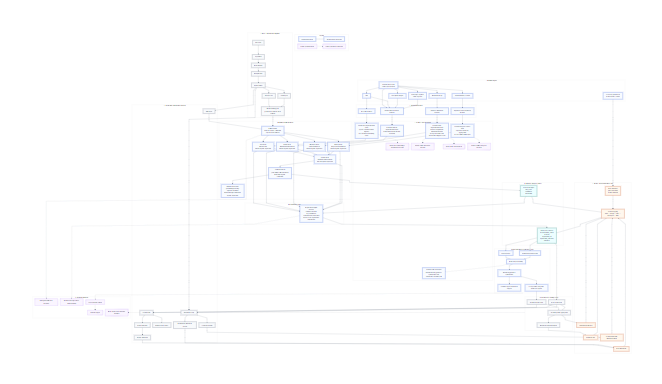
The Mermaid diagram docs/architecture/truthlens-architecture-blueprint.png in pt2710/TruthLens, before a commit. Its source is kept beside it as docs/architecture/truthlens-architecture-blueprint.mmd.
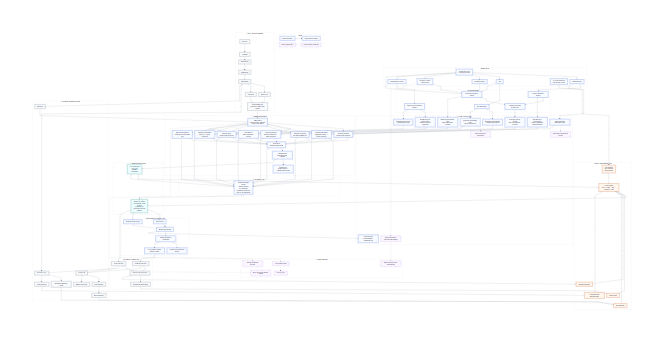
Above is the later version.

Commit message:
docs(architecture): refresh blueprint for current model stack

The edit, as a diff of the source:
```diff
@@ -10,8 +10,8 @@
   "flowchart": {
     "curve": "linear",
     "htmlLabels": true,
-    "nodeSpacing": 28,
-    "rankSpacing": 42
+    "nodeSpacing": 30,
+    "rankSpacing": 44
   }
 }}%%
 flowchart TB
@@ -69,8 +69,9 @@
   vision_features["Vision-v2 thumbnail features"]
   metadata_features["Handcrafted metadata features"]
   history_features["Sequence-summary history features"]
+  packaging_features["Combined packaging feature matrix"]
 end
-class text_features,vision_features,metadata_features,history_features implemented
+class text_features,vision_features,metadata_features,history_features,packaging_features implemented
 
 title --> text_features
 thumb --> vision_features
@@ -79,58 +80,82 @@
 desc --> metadata_features
 caps --> metadata_features
 channel --> history_features
+vision_features --> packaging_features
+metadata_features --> packaging_features
 
 subgraph taxonomy["4. AI / ML Layer Taxonomy"]
-  text_repr["Current text representation layer<br/>sparse CountVectorizer bigrams<br/>not a learned embedding layer"]
-  vision_repr["Current vision representation layer<br/>vision-v2 engineered thumbnail features<br/>no exposed CNN / ViT stack in the shipped scorer"]
-  metadata_repr["Current metadata representation layer<br/>handcrafted tabular feature assembly"]
-  temporal_repr["Current temporal context layer<br/>sequence-summary aggregation<br/>not an LSTM / GRU layer"]
-  llm_assist["Current LLM-assist layer<br/>Gemini draft suggestion / optimization only<br/>outside the classifier path"]
-  future_text_repr["Future text embedding / transformer encoder"]
-  future_vision_repr["Future CNN / ViT vision encoder"]
-  future_vae["Future VAE anomaly head"]
-  future_temporal_repr["Future LSTM / temporal encoder"]
+  text_sparse["Baseline text representation<br/>CountVectorizer bigrams"]
+  text_embed["Optional text embedding layer<br/>sentence-transformer"]
+  vision_engineered["Baseline vision representation<br/>vision-v2 engineered thumbnail features"]
+  vision_cnn["Optional tiny CNN thumbnail encoder"]
+  metadata_repr["Metadata representation layer<br/>handcrafted tabular assembly"]
+  temporal_summary["Baseline temporal summary layer<br/>sequence-summary aggregation"]
+  temporal_lstm["Optional temporal encoder<br/>LSTM sequence path"]
+  vae_repr["Packaging anomaly encoder<br/>VAE over thumbnail + metadata"]
+  llm_assist["LLM assist layer<br/>Gemini drafting / optimization only"]
+  future_text["Future stronger text transformers"]
+  future_vision["Future ViT-scale thumbnail encoder"]
+  future_video["Future richer video / transcript understanding"]
 end
-class text_repr,vision_repr,metadata_repr,temporal_repr,llm_assist implemented
-class future_text_repr,future_vision_repr,future_vae,future_temporal_repr future
+class text_sparse,text_embed,vision_engineered,vision_cnn,metadata_repr,temporal_summary,temporal_lstm,vae_repr,llm_assist implemented
+class future_text,future_vision,future_video future
 
-text_features --> text_repr
-vision_features --> vision_repr
+text_features --> text_sparse
+text_features --> text_embed
+vision_features --> vision_engineered
+thumb --> vision_cnn
 metadata_features --> metadata_repr
-history_features --> temporal_repr
+history_features --> temporal_summary
+history_features --> temporal_lstm
+packaging_features --> vae_repr
+text_embed -.-> future_text
+vision_cnn -.-> future_vision
+caps -.-> future_video
 
 subgraph model_stack["5. Multimodal Model Stack"]
   trainer["Offline trainer<br/>fit heads, fusion, calibration<br/>export model artifacts"]
-  text_head["Text head<br/>title-encoder<br/>sklearn logistic regression"]
-  vision_head["Vision head<br/>thumbnail-feature-head<br/>sklearn logistic regression"]
-  metadata_head["Metadata head<br/>tabular-risk-head<br/>sklearn logistic regression"]
-  history_head["History head<br/>temporal-channel-head<br/>sklearn logistic regression"]
-  fusion_head["Fusion head<br/>multimodal-fusion-head<br/>sklearn logistic regression"]
-  calibration_head["Calibration head<br/>probability-calibration-head<br/>Platt-style logistic calibration"]
-  model_note["Runtime head note<br/>probability-producing sigmoid classifiers<br/>trained through scikit-learn logistic regression"]
+  text_head_sparse["Text head (baseline)<br/>sklearn logistic regression"]
+  text_head_embed["Text head (optional)<br/>sentence-transformer → logistic regression"]
+  vision_head_engineered["Vision head (baseline)<br/>engineered features → logistic regression"]
+  vision_head_cnn["Vision head (optional)<br/>tiny CNN probability path"]
+  metadata_head["Metadata head<br/>sklearn logistic regression"]
+  history_head_summary["History head (baseline)<br/>summary → logistic regression"]
+  history_head_lstm["History head (optional)<br/>LSTM sequence probability path"]
+  anomaly_head["Anomaly head<br/>VAE reconstruction anomaly"]
+  fusion_head["Fusion head<br/>multimodal logistic fusion"]
+  calibration_head["Calibration head<br/>Platt-style logistic calibration"]
+  model_note["Runtime note<br/>explicit contracts + auditable fallback paths"]
 end
-class trainer,text_head,vision_head,metadata_head,history_head,fusion_head,calibration_head,model_note implemented
+class trainer,text_head_sparse,text_head_embed,vision_head_engineered,vision_head_cnn,metadata_head,history_head_summary,history_head_lstm,anomaly_head,fusion_head,calibration_head,model_note implemented
 
 gate --> trainer
-text_repr --> text_head
-vision_repr --> vision_head
+text_sparse --> text_head_sparse
+text_embed --> text_head_embed
+vision_engineered --> vision_head_engineered
+vision_cnn --> vision_head_cnn
 metadata_repr --> metadata_head
-temporal_repr --> history_head
-trainer --> text_head
-trainer --> vision_head
+temporal_summary --> history_head_summary
+temporal_lstm --> history_head_lstm
+vae_repr --> anomaly_head
+trainer --> text_head_sparse
+trainer --> text_head_embed
+trainer --> vision_head_engineered
+trainer --> vision_head_cnn
 trainer --> metadata_head
-trainer --> history_head
-text_head --> fusion_head
-vision_head --> fusion_head
+trainer --> history_head_summary
+trainer --> history_head_lstm
+trainer --> anomaly_head
+
+text_head_sparse --> fusion_head
+text_head_embed --> fusion_head
+vision_head_engineered --> fusion_head
+vision_head_cnn --> fusion_head
 metadata_head --> fusion_head
-history_head --> fusion_head
+history_head_summary --> fusion_head
+history_head_lstm --> fusion_head
+anomaly_head --> fusion_head
 fusion_head --> calibration_head
 calibration_head --> model_note
-draft -.-> llm_assist
-text_repr -.-> future_text_repr
-vision_repr -.-> future_vision_repr
-vision_repr -.-> future_vae
-temporal_repr -.-> future_temporal_repr
 
 subgraph outputs["6. Inference Output Contract"]
   model_signal["Core model signal<br/>risk_score<br/>confidence<br/>uncertainty"]
@@ -160,14 +185,18 @@
 action_map --> score_contract
 
 subgraph explain["8. Explanation Layer"]
-  explainer["Explanation engine<br/>reasons<br/>evidence buckets<br/>top contributors<br/>counterfactual summaries<br/>music-aware explanation adjustments"]
+  explainer["Explanation engine<br/>reasons<br/>evidence buckets<br/>top contributors<br/>counterfactual summaries<br/>music-aware adjustments"]
 end
 class explainer implemented
 
-text_head --> explainer
-vision_head --> explainer
+text_head_sparse --> explainer
+text_head_embed --> explainer
+vision_head_engineered --> explainer
+vision_head_cnn --> explainer
 metadata_head --> explainer
-history_head --> explainer
+history_head_summary --> explainer
+history_head_lstm --> explainer
+anomaly_head --> explainer
 fusion_head --> explainer
 model_signal --> explainer
 explainer --> score_contract
@@ -189,6 +218,7 @@
 draft --> gemini
 gemini --> youtube
 gemini --> local_feedback
+draft --> llm_assist
 
 subgraph loops["10. Feedback / Learning Loops"]
   feedback_store["Feedback event store"]
@@ -243,7 +273,7 @@
 class stronger_models,richer_video,cross_platform,android,analytics future
 
 trainer -.-> stronger_models
-explainer -.-> richer_video
+future_video -.-> richer_video
 review -.-> cross_platform
 cross_platform -.-> android
 loops -.-> analytics
```
